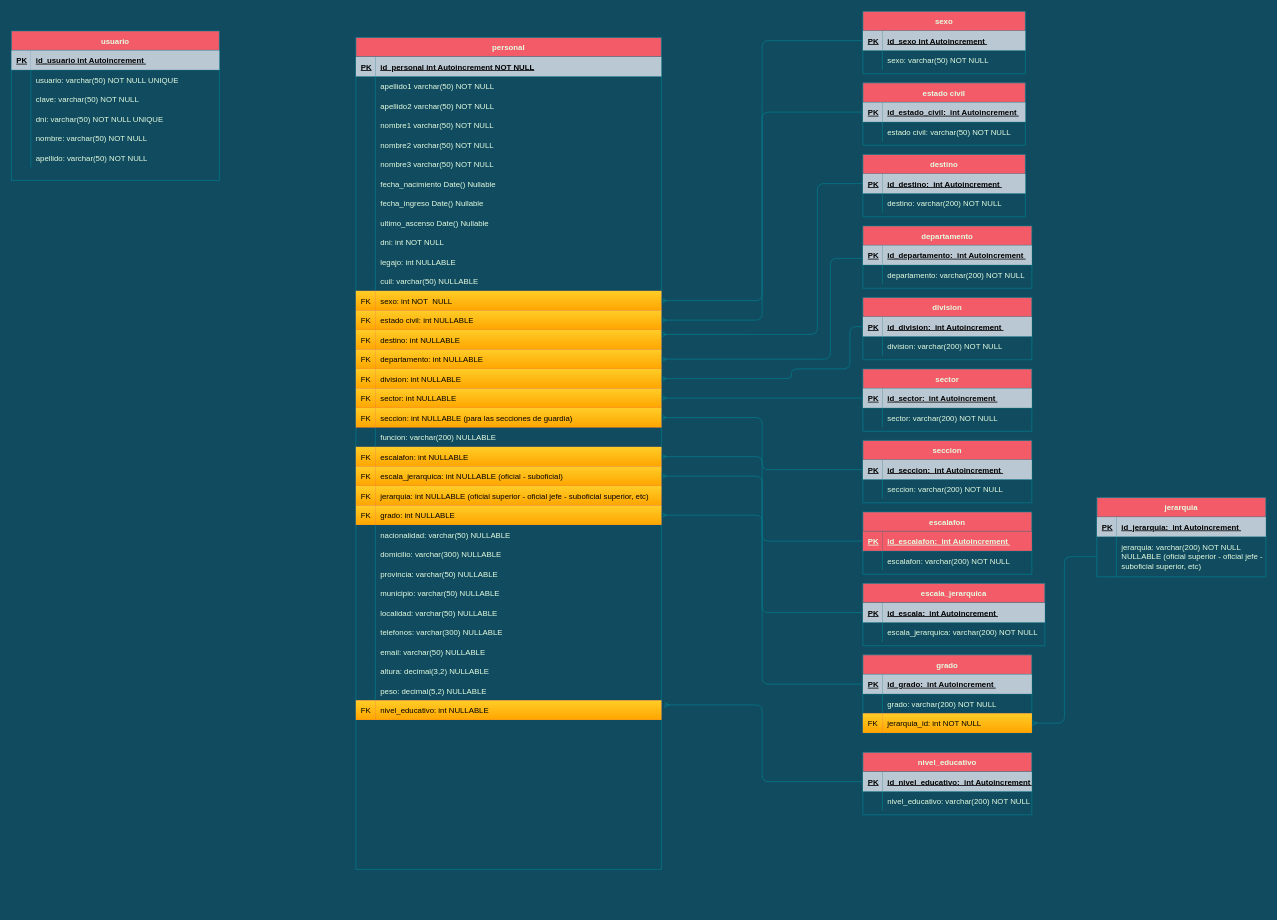
This is Cuerpo Penitenciario.drawio from FSALVA157/EsquemasER, a draw.io file, before an edit. Source tidied: cells renumbered, new cells numbered last; positions are measured from the earlier drawing's top-left corner, leaving out a move shared by most shapes. Both pictures are drawn from the tidied source at 65%, with x=0, y=0 at pixel (11, 11).
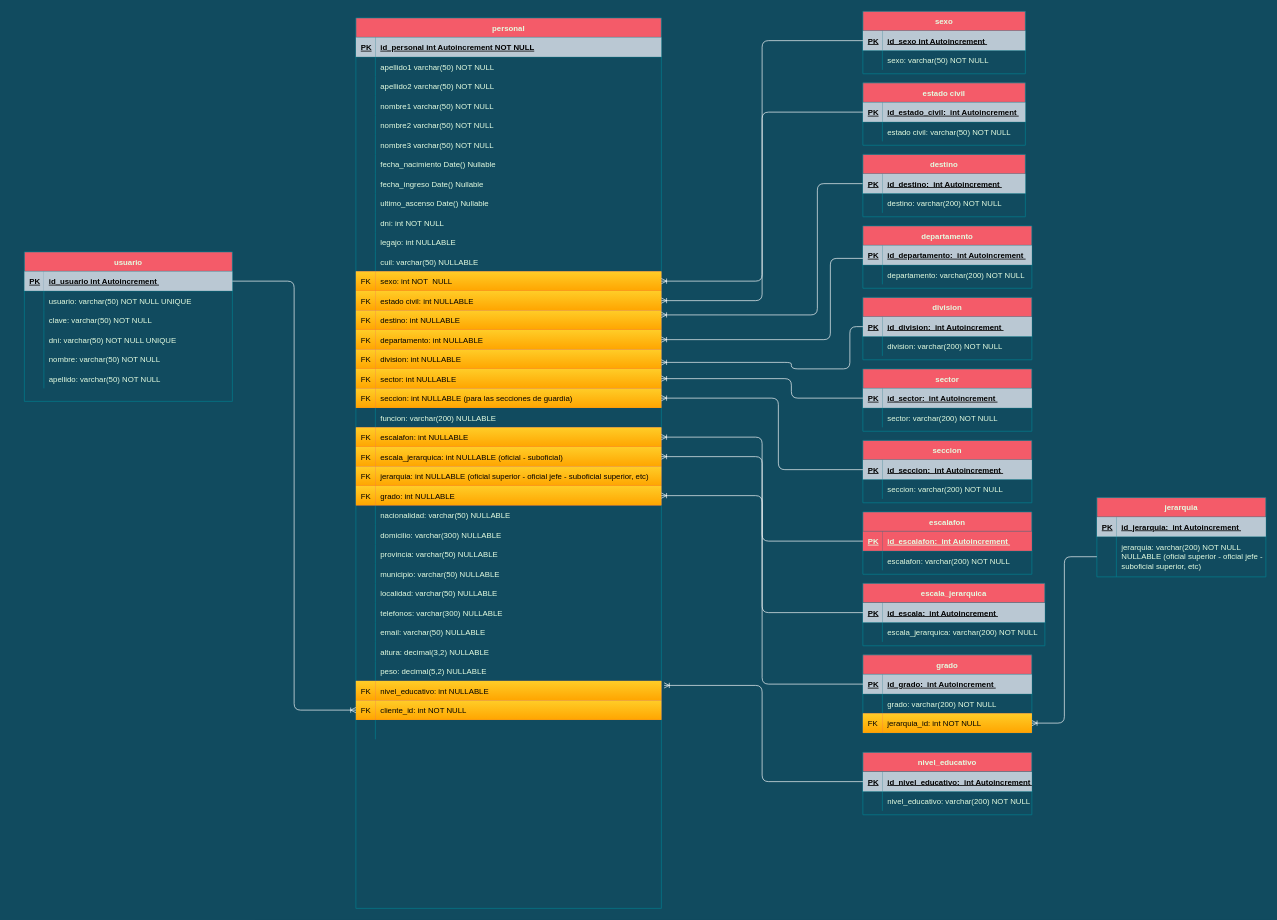
Above is the later version.

The change refers to these unchanged cells:
```xml
<mxCell id="39" style="shape=partialRectangle;fillColor=#F45B69;points=[[0,0.5],[1,0.5]];portConstraint=eastwest;top=0;left=0;right=0;bottom=0;strokeColor=#028090;fontColor=#E4FDE1;" parent="2" vertex="1">
  <mxGeometry y="390" width="470" height="30" as="geometry" />
</mxCell>
<mxCell id="42" style="shape=partialRectangle;fillColor=#F45B69;points=[[0,0.5],[1,0.5]];portConstraint=eastwest;top=0;left=0;right=0;bottom=0;strokeColor=#028090;fontColor=#E4FDE1;" parent="2" vertex="1">
  <mxGeometry y="420" width="470" height="30" as="geometry" />
</mxCell>
<mxCell id="45" style="shape=partialRectangle;fillColor=#F45B69;points=[[0,0.5],[1,0.5]];portConstraint=eastwest;top=0;left=0;right=0;bottom=0;strokeColor=#028090;fontColor=#E4FDE1;" parent="2" vertex="1">
  <mxGeometry y="450" width="470" height="30" as="geometry" />
</mxCell>
<mxCell id="48" style="shape=partialRectangle;fillColor=#F45B69;points=[[0,0.5],[1,0.5]];portConstraint=eastwest;top=0;left=0;right=0;bottom=0;strokeColor=#028090;fontColor=#E4FDE1;" parent="2" vertex="1">
  <mxGeometry y="480" width="470" height="30" as="geometry" />
</mxCell>
<mxCell id="51" style="shape=partialRectangle;fillColor=#F45B69;points=[[0,0.5],[1,0.5]];portConstraint=eastwest;top=0;left=0;right=0;bottom=0;strokeColor=#028090;fontColor=#E4FDE1;" parent="2" vertex="1">
  <mxGeometry y="510" width="470" height="30" as="geometry" />
</mxCell>
<mxCell id="54" style="shape=partialRectangle;fillColor=#F45B69;points=[[0,0.5],[1,0.5]];portConstraint=eastwest;top=0;left=0;right=0;bottom=0;strokeColor=#028090;fontColor=#E4FDE1;" parent="2" vertex="1">
  <mxGeometry y="540" width="470" height="30" as="geometry" />
</mxCell>
<mxCell id="57" style="shape=partialRectangle;fillColor=#F45B69;points=[[0,0.5],[1,0.5]];portConstraint=eastwest;top=0;left=0;right=0;bottom=0;strokeColor=#028090;fontColor=#E4FDE1;" parent="2" vertex="1">
  <mxGeometry y="570" width="470" height="30" as="geometry" />
</mxCell>
<mxCell id="63" style="shape=partialRectangle;fillColor=#F45B69;points=[[0,0.5],[1,0.5]];portConstraint=eastwest;top=0;left=0;right=0;bottom=0;strokeColor=#028090;fontColor=#E4FDE1;" parent="2" vertex="1">
  <mxGeometry y="630" width="470" height="30" as="geometry" />
</mxCell>
<mxCell id="66" style="shape=partialRectangle;fillColor=#F45B69;points=[[0,0.5],[1,0.5]];portConstraint=eastwest;top=0;left=0;right=0;bottom=0;strokeColor=#028090;fontColor=#E4FDE1;" parent="2" vertex="1">
  <mxGeometry y="660" width="470" height="30" as="geometry" />
</mxCell>
<mxCell id="72" style="shape=partialRectangle;fillColor=#F45B69;points=[[0,0.5],[1,0.5]];portConstraint=eastwest;top=0;left=0;right=0;bottom=0;strokeColor=#028090;fontColor=#E4FDE1;" parent="2" vertex="1">
  <mxGeometry y="720" width="470" height="30" as="geometry" />
</mxCell>
<mxCell id="102" style="shape=partialRectangle;fillColor=#F45B69;points=[[0,0.5],[1,0.5]];portConstraint=eastwest;top=0;left=0;right=0;bottom=0;strokeColor=#028090;fontColor=#E4FDE1;" parent="2" vertex="1">
  <mxGeometry y="1020" width="470" height="30" as="geometry" />
</mxCell>
<mxCell id="106" style="shape=partialRectangle;fillColor=none;points=[[0,0.5],[1,0.5]];portConstraint=eastwest;top=0;left=0;right=0;bottom=1;strokeColor=#028090;fontColor=#E4FDE1;" parent="105" vertex="1">
  <mxGeometry y="30" width="250" height="30" as="geometry" />
</mxCell>
<mxCell id="113" style="shape=partialRectangle;fillColor=none;points=[[0,0.5],[1,0.5]];portConstraint=eastwest;top=0;left=0;right=0;bottom=1;strokeColor=#028090;fontColor=#E4FDE1;" parent="112" vertex="1">
  <mxGeometry y="30" width="250" height="30" as="geometry" />
</mxCell>
<mxCell id="121" style="shape=partialRectangle;fillColor=none;points=[[0,0.5],[1,0.5]];portConstraint=eastwest;top=0;left=0;right=0;bottom=1;strokeColor=#028090;fontColor=#E4FDE1;" parent="120" vertex="1">
  <mxGeometry y="30" width="250" height="30" as="geometry" />
</mxCell>
<mxCell id="128" style="shape=partialRectangle;fillColor=none;points=[[0,0.5],[1,0.5]];portConstraint=eastwest;top=0;left=0;right=0;bottom=1;strokeColor=#028090;fontColor=#E4FDE1;" parent="127" vertex="1">
  <mxGeometry y="30" width="260" height="30" as="geometry" />
</mxCell>
<mxCell id="135" style="shape=partialRectangle;fillColor=none;points=[[0,0.5],[1,0.5]];portConstraint=eastwest;top=0;left=0;right=0;bottom=1;strokeColor=#028090;fontColor=#E4FDE1;" parent="134" vertex="1">
  <mxGeometry y="30" width="260" height="30" as="geometry" />
</mxCell>
<mxCell id="142" style="shape=partialRectangle;fillColor=none;points=[[0,0.5],[1,0.5]];portConstraint=eastwest;top=0;left=0;right=0;bottom=1;strokeColor=#028090;fontColor=#E4FDE1;" parent="141" vertex="1">
  <mxGeometry y="30" width="260" height="30" as="geometry" />
</mxCell>
<mxCell id="154" style="shape=partialRectangle;fillColor=none;points=[[0,0.5],[1,0.5]];portConstraint=eastwest;top=0;left=0;right=0;bottom=1;strokeColor=#028090;fontColor=#E4FDE1;" parent="153" vertex="1">
  <mxGeometry y="30" width="260" height="30" as="geometry" />
</mxCell>
<mxCell id="162" style="shape=partialRectangle;fillColor=none;points=[[0,0.5],[1,0.5]];portConstraint=eastwest;top=0;left=0;right=0;bottom=1;strokeColor=#028090;fontColor=#E4FDE1;" parent="161" vertex="1">
  <mxGeometry y="30" width="260" height="30" as="geometry" />
</mxCell>
<mxCell id="170" style="shape=partialRectangle;fillColor=none;points=[[0,0.5],[1,0.5]];portConstraint=eastwest;top=0;left=0;right=0;bottom=1;strokeColor=#028090;fontColor=#E4FDE1;" parent="169" vertex="1">
  <mxGeometry y="30" width="280" height="30" as="geometry" />
</mxCell>
<mxCell id="181" style="shape=partialRectangle;fillColor=none;points=[[0,0.5],[1,0.5]];portConstraint=eastwest;top=0;left=0;right=0;bottom=0;strokeColor=#028090;fontColor=#E4FDE1;" parent="177" vertex="1">
  <mxGeometry y="60" width="260" height="62" as="geometry" />
</mxCell>
<mxCell id="185" style="shape=partialRectangle;fillColor=none;points=[[0,0.5],[1,0.5]];portConstraint=eastwest;top=0;left=0;right=0;bottom=1;strokeColor=#028090;fontColor=#E4FDE1;" parent="184" vertex="1">
  <mxGeometry y="30" width="260" height="30" as="geometry" />
</mxCell>
<mxCell id="191" style="shape=partialRectangle;points=[[0,0.5],[1,0.5]];portConstraint=eastwest;top=0;left=0;right=0;bottom=0;align=center;fillColor=#F45B69;strokeColor=#028090;fontColor=#E4FDE1;" parent="184" vertex="1">
  <mxGeometry y="90" width="260" height="30" as="geometry" />
</mxCell>
<mxCell id="197" style="shape=partialRectangle;fillColor=none;points=[[0,0.5],[1,0.5]];portConstraint=eastwest;top=0;left=0;right=0;bottom=1;strokeColor=#028090;fontColor=#E4FDE1;" parent="196" vertex="1">
  <mxGeometry y="30" width="260" height="30" as="geometry" />
</mxCell>
<mxCell id="205" style="shape=partialRectangle;fillColor=none;points=[[0,0.5],[1,0.5]];portConstraint=eastwest;top=0;left=0;right=0;bottom=1;strokeColor=#028090;fontColor=#E4FDE1;" parent="204" vertex="1">
  <mxGeometry y="30" width="320" height="30" as="geometry" />
</mxCell>
```

Diff of the diagram source:
```diff
@@
     <mxCell id="2" value="personal" style="shape=table;startSize=30;childLayout=tableLayout;rowLines=0;fontStyle=1;align=center;fillColor=#F45B69;strokeColor=#028090;fontColor=#E4FDE1;" parent="1" vertex="1">
-      <mxGeometry x="530" y="40" width="470" height="1280" as="geometry" />
+      <mxGeometry x="530" y="10" width="470" height="1370" as="geometry" />
     </mxCell>
@@
+    <mxCell id="223" style="shape=partialRectangle;fillColor=#F45B69;points=[[0,0.5],[1,0.5]];portConstraint=eastwest;top=0;left=0;right=0;bottom=0;strokeColor=#028090;fontColor=#E4FDE1;" parent="2" vertex="1">
+      <mxGeometry y="1050" width="470" height="30" as="geometry" />
+    </mxCell>
+    <mxCell id="224" value="FK" style="shape=partialRectangle;overflow=hidden;fillColor=#ffcd28;top=0;left=0;bottom=0;right=0;strokeColor=#d79b00;fontColor=#000000;align=left;strokeWidth=1;gradientColor=#ffa500;spacingLeft=6;" parent="223" vertex="1">
+      <mxGeometry width="30" height="30" as="geometry" />
+    </mxCell>
+    <mxCell id="225" value="cliente_id: int NOT NULL " style="shape=partialRectangle;overflow=hidden;top=0;left=0;bottom=0;right=0;align=left;spacingLeft=6;perimeterSpacing=0;strokeWidth=1;labelBorderColor=none;fillColor=#ffcd28;strokeColor=#d79b00;fontColor=#000000;gradientColor=#ffa500;" parent="223" vertex="1">
+      <mxGeometry x="30" width="440" height="30" as="geometry" />
+    </mxCell>
+    <mxCell id="226" style="shape=partialRectangle;fillColor=none;top=0;left=0;right=0;bottom=0;strokeColor=#028090;fontColor=#E4FDE1;" parent="2" vertex="1">
+      <mxGeometry y="1080" width="470" height="30" as="geometry" />
+    </mxCell>
+    <mxCell id="227" style="shape=partialRectangle;overflow=hidden;fillColor=none;top=0;left=0;bottom=0;right=0;strokeColor=#028090;fontColor=#E4FDE1;" parent="226" vertex="1">
+      <mxGeometry width="30" height="30" as="geometry" />
+    </mxCell>
+    <mxCell id="228" style="shape=partialRectangle;overflow=hidden;top=0;left=0;bottom=0;right=0;align=left;spacingLeft=6;perimeterSpacing=0;strokeWidth=1;opacity=0;labelBorderColor=none;fillColor=none;strokeColor=#028090;fontColor=#E4FDE1;" parent="226" vertex="1">
+      <mxGeometry x="30" width="440" height="30" as="geometry" />
+    </mxCell>
@@
-    <mxCell id="119" style="edgeStyle=orthogonalEdgeStyle;jettySize=auto;html=1;entryX=1;entryY=0.233;entryDx=0;entryDy=0;entryPerimeter=0;endArrow=ERmany;endFill=0;exitX=0;exitY=0.5;exitDx=0;exitDy=0;strokeColor=#028090;fontColor=#E4FDE1;labelBackgroundColor=#114B5F;" parent="1" edge="1" source="121" target="45">
+    <mxCell id="119" style="edgeStyle=orthogonalEdgeStyle;jettySize=auto;html=1;entryX=1;entryY=0.233;entryDx=0;entryDy=0;entryPerimeter=0;endArrow=ERoneToMany;endFill=0;exitX=0;exitY=0.5;exitDx=0;exitDy=0;strokeColor=#FFFFFF;fontColor=#000000;labelBackgroundColor=#ffffff;" parent="1" edge="1" source="121" target="45">
       <mxGeometry relative="1" as="geometry">
         <Array as="points">
           <mxPoint x="1240" y="265" />
-          <mxPoint x="1240" y="497" />
+          <mxPoint x="1240" y="467" />
         </Array>
       </mxGeometry>
     </mxCell>
@@
-    <mxCell id="148" style="edgeStyle=orthogonalEdgeStyle;jettySize=auto;html=1;endArrow=ERmany;endFill=0;strokeColor=#028090;fontColor=#E4FDE1;labelBackgroundColor=#114B5F;" parent="1" edge="1" source="106" target="39">
+    <mxCell id="148" style="edgeStyle=orthogonalEdgeStyle;jettySize=auto;html=1;endArrow=ERoneToMany;endFill=0;strokeColor=#FFFFFF;fontColor=#000000;labelBackgroundColor=#ffffff;rounded=1;" parent="1" edge="1" source="106" target="39">
       <mxGeometry relative="1" as="geometry" />
     </mxCell>
-    <mxCell id="149" style="edgeStyle=orthogonalEdgeStyle;jettySize=auto;html=1;entryX=1;entryY=0.5;entryDx=0;entryDy=0;endArrow=ERmany;endFill=0;strokeColor=#028090;fontColor=#E4FDE1;labelBackgroundColor=#114B5F;" parent="1" edge="1" source="113" target="42">
+    <mxCell id="149" style="edgeStyle=orthogonalEdgeStyle;jettySize=auto;html=1;entryX=1;entryY=0.5;entryDx=0;entryDy=0;endArrow=ERoneToMany;endFill=0;strokeColor=#FFFFFF;fontColor=#000000;labelBackgroundColor=#ffffff;rounded=1;" parent="1" edge="1" source="113" target="42">
       <mxGeometry relative="1" as="geometry" />
     </mxCell>
-    <mxCell id="150" style="edgeStyle=orthogonalEdgeStyle;jettySize=auto;html=1;endArrow=ERmany;endFill=0;strokeColor=#028090;fontColor=#E4FDE1;labelBackgroundColor=#114B5F;" parent="1" edge="1" source="128" target="48">
+    <mxCell id="150" style="edgeStyle=orthogonalEdgeStyle;jettySize=auto;html=1;endArrow=ERoneToMany;endFill=0;strokeColor=#FFFFFF;fontColor=#000000;labelBackgroundColor=#ffffff;" parent="1" edge="1" source="128" target="48">
       <mxGeometry relative="1" as="geometry">
         <Array as="points">
           <mxPoint x="1260" y="380" />
-          <mxPoint x="1260" y="535" />
+          <mxPoint x="1260" y="505" />
         </Array>
       </mxGeometry>
     </mxCell>
-    <mxCell id="151" style="edgeStyle=orthogonalEdgeStyle;jettySize=auto;html=1;endArrow=ERmany;endFill=0;strokeColor=#028090;fontColor=#E4FDE1;labelBackgroundColor=#114B5F;" parent="1" edge="1" source="135" target="51">
+    <mxCell id="151" style="edgeStyle=orthogonalEdgeStyle;jettySize=auto;html=1;endArrow=ERoneToMany;endFill=0;strokeColor=#FFFFFF;fontColor=#000000;labelBackgroundColor=#ffffff;" parent="1" edge="1" source="135" target="51">
       <mxGeometry relative="1" as="geometry">
         <Array as="points">
           <mxPoint x="1290" y="485" />
           <mxPoint x="1290" y="550" />
           <mxPoint x="1200" y="550" />
-          <mxPoint x="1200" y="565" />
+          <mxPoint x="1200" y="540" />
         </Array>
       </mxGeometry>
     </mxCell>
-    <mxCell id="152" style="edgeStyle=orthogonalEdgeStyle;jettySize=auto;html=1;entryX=1;entryY=0.5;entryDx=0;entryDy=0;endArrow=ERmany;endFill=0;strokeColor=#028090;fontColor=#E4FDE1;labelBackgroundColor=#114B5F;" parent="1" edge="1" source="142" target="54">
-      <mxGeometry relative="1" as="geometry" />
+    <mxCell id="152" style="edgeStyle=orthogonalEdgeStyle;jettySize=auto;html=1;entryX=1;entryY=0.5;entryDx=0;entryDy=0;endArrow=ERoneToMany;endFill=0;strokeColor=#FFFFFF;fontColor=#000000;labelBackgroundColor=#ffffff;" parent="1" edge="1" source="142" target="54">
+      <mxGeometry relative="1" as="geometry">
+        <Array as="points">
+          <mxPoint x="1200" y="595" />
+          <mxPoint x="1200" y="565" />
+        </Array>
+      </mxGeometry>
     </mxCell>
@@
-    <mxCell id="160" style="edgeStyle=orthogonalEdgeStyle;jettySize=auto;html=1;entryX=1;entryY=0.5;entryDx=0;entryDy=0;endArrow=ERmany;endFill=0;strokeColor=#028090;fontColor=#E4FDE1;labelBackgroundColor=#114B5F;" parent="1" edge="1" source="154" target="57">
-      <mxGeometry relative="1" as="geometry" />
+    <mxCell id="160" style="edgeStyle=orthogonalEdgeStyle;jettySize=auto;html=1;entryX=1;entryY=0.5;entryDx=0;entryDy=0;endArrow=ERoneToMany;endFill=0;strokeColor=#FFFFFF;fontColor=#000000;labelBackgroundColor=#ffffff;" parent="1" edge="1" source="154" target="57">
+      <mxGeometry relative="1" as="geometry">
+        <Array as="points">
+          <mxPoint x="1180" y="705" />
+          <mxPoint x="1180" y="595" />
+        </Array>
+      </mxGeometry>
     </mxCell>
@@
-    <mxCell id="168" style="edgeStyle=orthogonalEdgeStyle;jettySize=auto;html=1;endArrow=ERmany;endFill=0;strokeColor=#028090;fontColor=#E4FDE1;labelBackgroundColor=#114B5F;" parent="1" edge="1" source="162" target="63">
+    <mxCell id="168" style="edgeStyle=orthogonalEdgeStyle;jettySize=auto;html=1;endArrow=ERoneToMany;endFill=0;strokeColor=#FFFFFF;fontColor=#000000;labelBackgroundColor=#ffffff;" parent="1" edge="1" source="162" target="63">
       <mxGeometry relative="1" as="geometry" />
     </mxCell>
@@
-    <mxCell id="176" style="edgeStyle=orthogonalEdgeStyle;jettySize=auto;html=1;endArrow=ERmany;endFill=0;strokeColor=#028090;fontColor=#E4FDE1;labelBackgroundColor=#114B5F;" parent="1" edge="1" source="170" target="66">
+    <mxCell id="176" style="edgeStyle=orthogonalEdgeStyle;jettySize=auto;html=1;endArrow=ERoneToMany;endFill=0;strokeColor=#FFFFFF;fontColor=#000000;labelBackgroundColor=#ffffff;" parent="1" edge="1" source="170" target="66">
       <mxGeometry relative="1" as="geometry" />
     </mxCell>
@@
-    <mxCell id="194" style="edgeStyle=orthogonalEdgeStyle;jettySize=auto;html=1;endArrow=ERmany;endFill=0;strokeColor=#028090;fontColor=#E4FDE1;labelBackgroundColor=#114B5F;" parent="1" edge="1" source="181" target="191">
+    <mxCell id="194" style="edgeStyle=orthogonalEdgeStyle;jettySize=auto;html=1;endArrow=ERoneToMany;endFill=0;strokeColor=#FFFFFF;fontColor=#000000;labelBackgroundColor=#ffffff;" parent="1" edge="1" source="181" target="191">
       <mxGeometry relative="1" as="geometry" />
     </mxCell>
-    <mxCell id="195" style="edgeStyle=orthogonalEdgeStyle;jettySize=auto;html=1;endArrow=ERmany;endFill=0;strokeColor=#028090;fontColor=#E4FDE1;labelBackgroundColor=#114B5F;" parent="1" edge="1" source="185" target="72">
+    <mxCell id="195" style="edgeStyle=orthogonalEdgeStyle;jettySize=auto;html=1;endArrow=ERoneToMany;endFill=0;strokeColor=#FFFFFF;fontColor=#000000;labelBackgroundColor=#ffffff;" parent="1" edge="1" source="185" target="72">
       <mxGeometry relative="1" as="geometry" />
     </mxCell>
@@
-    <mxCell id="203" style="edgeStyle=orthogonalEdgeStyle;jettySize=auto;html=1;entryX=1.009;entryY=0.233;entryDx=0;entryDy=0;entryPerimeter=0;endArrow=ERmany;endFill=0;strokeColor=#028090;fontColor=#E4FDE1;labelBackgroundColor=#114B5F;" parent="1" edge="1" source="197" target="102">
+    <mxCell id="203" style="edgeStyle=orthogonalEdgeStyle;jettySize=auto;html=1;entryX=1.009;entryY=0.233;entryDx=0;entryDy=0;entryPerimeter=0;endArrow=ERoneToMany;endFill=0;strokeColor=#FFFFFF;fontColor=#000000;labelBackgroundColor=#ffffff;" parent="1" edge="1" source="197" target="102">
       <mxGeometry relative="1" as="geometry" />
     </mxCell>
     <mxCell id="204" value="usuario" style="shape=table;startSize=30;childLayout=tableLayout;rowLines=0;fontStyle=1;align=center;fillColor=#F45B69;strokeColor=#028090;fontColor=#E4FDE1;" parent="1" vertex="1">
-      <mxGeometry y="30" width="320" height="230" as="geometry" />
+      <mxGeometry x="20" y="370" width="320" height="230" as="geometry" />
     </mxCell>
@@
+    <mxCell id="229" style="edgeStyle=orthogonalEdgeStyle;jettySize=auto;html=1;strokeColor=#FFFFFF;endArrow=ERoneToMany;endFill=0;rounded=1;" parent="1" edge="1" source="205" target="223">
+      <mxGeometry relative="1" as="geometry" />
+    </mxCell>
```
